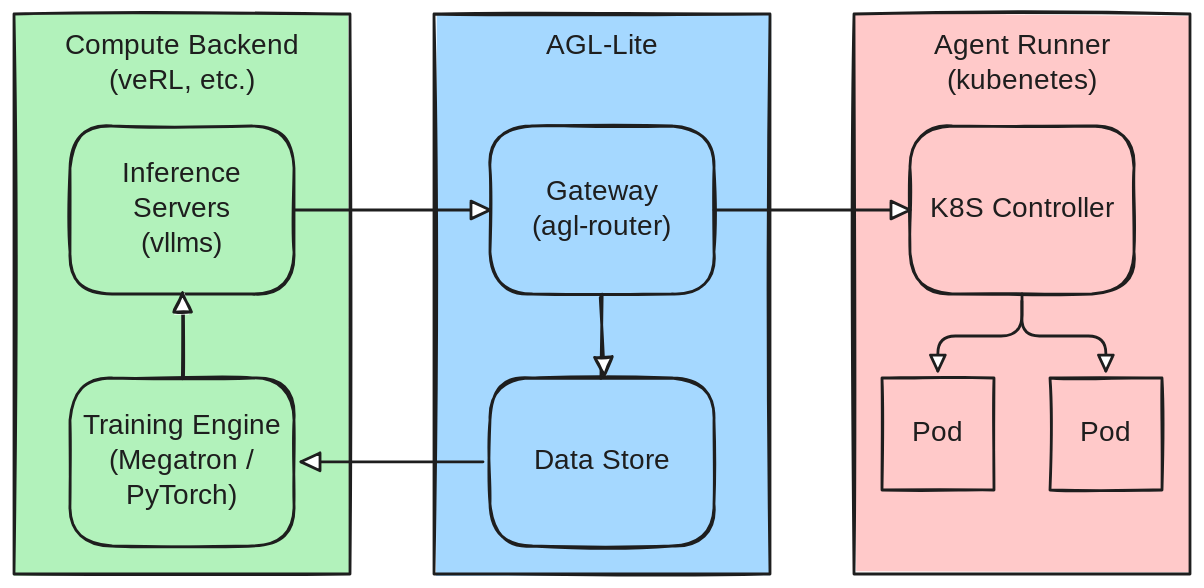
Before: docs/images/lite_arch.excalidraw.svg, a diagram exported from Excalidraw (OhiraShusei/agent-lightning). Source tidied: one line per element, renumbered; positions are measured from the earlier drawing's top-left corner, leaving out a move shared by most shapes. Its diagram source:
```json
{"id": 0, "type": "rectangle", "strokeColor": "#1e1e1e", "backgroundColor": "#b2f2bb", "fillStyle": "solid", "strokeWidth": 2, "roughness": 1, "x": 0, "y": 0, "width": 240, "height": 400}
{"id": 1, "type": "text", "text": "Compute Backend\n(veRL, etc.)", "strokeColor": "#1e1e1e", "backgroundColor": "#b2f2bb", "fillStyle": "solid", "strokeWidth": 2, "roughness": 1, "fontSize": 20, "fontFamily": 5, "textAlign": "center", "x": 35, "y": 11, "width": 170, "height": 50}
{"id": 2, "type": "rectangle", "strokeColor": "#1e1e1e", "backgroundColor": "#b2f2bb", "fillStyle": "solid", "strokeWidth": 2, "roughness": 1, "round": true, "x": 40, "y": 80, "width": 160, "height": 120}
{"id": 3, "type": "text", "text": "Inference\nServers\n(vllms)", "strokeColor": "#1e1e1e", "backgroundColor": "#b2f2bb", "fillStyle": "solid", "strokeWidth": 2, "roughness": 1, "fontSize": 20, "fontFamily": 5, "textAlign": "center", "verticalAlign": "middle", "inside": 2, "x": 74, "y": 102, "width": 92, "height": 75}
{"id": 4, "type": "rectangle", "strokeColor": "#1e1e1e", "backgroundColor": "#b2f2bb", "fillStyle": "solid", "strokeWidth": 2, "roughness": 1, "round": true, "x": 40, "y": 260, "width": 160, "height": 120}
{"id": 5, "type": "text", "text": "Training Engine\n(Megatron /\nPyTorch)", "strokeColor": "#1e1e1e", "backgroundColor": "#b2f2bb", "fillStyle": "solid", "strokeWidth": 2, "roughness": 1, "fontSize": 20, "fontFamily": 5, "textAlign": "center", "verticalAlign": "middle", "inside": 4, "x": 47, "y": 282, "width": 146, "height": 75}
{"id": 6, "type": "arrow", "strokeColor": "#1e1e1e", "backgroundColor": "#b2f2bb", "fillStyle": "solid", "strokeWidth": 2, "roughness": 1, "endArrowhead": "triangle_outline", "round": true, "from": 4, "to": 2, "x": 120, "y": 259, "width": 0, "height": 59, "points": [[0, 0], [0, -59]]}
{"id": 7, "type": "rectangle", "strokeColor": "#1e1e1e", "backgroundColor": "#a5d8ff", "fillStyle": "solid", "strokeWidth": 2, "roughness": 1, "x": 300, "y": 0, "width": 240, "height": 400}
{"id": 8, "type": "text", "text": "AGL-Lite", "strokeColor": "#1e1e1e", "backgroundColor": "#b2f2bb", "fillStyle": "solid", "strokeWidth": 2, "roughness": 1, "fontSize": 20, "fontFamily": 5, "textAlign": "center", "x": 377, "y": 11, "width": 86, "height": 25}
{"id": 9, "type": "rectangle", "strokeColor": "#1e1e1e", "backgroundColor": "#a5d8ff", "fillStyle": "solid", "strokeWidth": 2, "roughness": 1, "round": true, "x": 340, "y": 80, "width": 160, "height": 120}
{"id": 10, "type": "text", "text": "Gateway\n(agl-router)", "strokeColor": "#1e1e1e", "backgroundColor": "#b2f2bb", "fillStyle": "solid", "strokeWidth": 2, "roughness": 1, "fontSize": 20, "fontFamily": 5, "textAlign": "center", "verticalAlign": "middle", "inside": 9, "x": 363, "y": 115, "width": 113, "height": 50}
{"id": 11, "type": "rectangle", "strokeColor": "#1e1e1e", "backgroundColor": "#a5d8ff", "fillStyle": "solid", "strokeWidth": 2, "roughness": 1, "round": true, "x": 340, "y": 260, "width": 160, "height": 120}
{"id": 12, "type": "text", "text": "Data Store", "strokeColor": "#1e1e1e", "backgroundColor": "#b2f2bb", "fillStyle": "solid", "strokeWidth": 2, "roughness": 1, "fontSize": 20, "fontFamily": 5, "textAlign": "center", "verticalAlign": "middle", "inside": 11, "x": 364, "y": 308, "width": 112, "height": 25}
{"id": 13, "type": "arrow", "strokeColor": "#1e1e1e", "backgroundColor": "#a5d8ff", "fillStyle": "solid", "strokeWidth": 2, "roughness": 1, "endArrowhead": "triangle_outline", "round": true, "from": 9, "to": 11, "x": 420, "y": 201, "width": 0, "height": 59, "points": [[0, 0], [0, 59]]}
{"id": 14, "type": "arrow", "strokeColor": "#1e1e1e", "backgroundColor": "#a5d8ff", "fillStyle": "solid", "strokeWidth": 2, "roughness": 0, "endArrowhead": "triangle_outline", "from": 2, "to": 9, "x": 200, "y": 140, "width": 140, "height": 0, "points": [[0, 0], [140, 0]]}
{"id": 15, "type": "rectangle", "strokeColor": "#1e1e1e", "backgroundColor": "#ffc9c9", "fillStyle": "solid", "strokeWidth": 2, "roughness": 1, "x": 600, "y": 0, "width": 240, "height": 400}
{"id": 16, "type": "text", "text": "Agent Runner\n(kubenetes)", "strokeColor": "#1e1e1e", "backgroundColor": "#b2f2bb", "fillStyle": "solid", "strokeWidth": 2, "roughness": 1, "fontSize": 20, "fontFamily": 5, "textAlign": "center", "x": 655, "y": 11, "width": 131, "height": 50}
{"id": 17, "type": "rectangle", "strokeColor": "#1e1e1e", "backgroundColor": "#ffc9c9", "fillStyle": "solid", "strokeWidth": 2, "roughness": 1, "round": true, "x": 640, "y": 80, "width": 160, "height": 120}
{"id": 18, "type": "text", "text": "K8S Controller", "strokeColor": "#1e1e1e", "backgroundColor": "#b2f2bb", "fillStyle": "solid", "strokeWidth": 2, "roughness": 1, "fontSize": 20, "fontFamily": 5, "textAlign": "center", "verticalAlign": "middle", "inside": 17, "x": 650, "y": 128, "width": 140, "height": 25}
{"id": 19, "type": "rectangle", "strokeColor": "#1e1e1e", "backgroundColor": "#ffc9c9", "fillStyle": "solid", "strokeWidth": 2, "roughness": 1, "x": 620, "y": 260, "width": 80, "height": 80}
{"id": 20, "type": "text", "text": "Pod", "strokeColor": "#1e1e1e", "backgroundColor": "#b2f2bb", "fillStyle": "solid", "strokeWidth": 2, "roughness": 1, "fontSize": 20, "fontFamily": 5, "textAlign": "center", "verticalAlign": "middle", "inside": 19, "x": 641, "y": 288, "width": 37, "height": 25}
{"id": 21, "type": "rectangle", "strokeColor": "#1e1e1e", "backgroundColor": "#ffc9c9", "fillStyle": "solid", "strokeWidth": 2, "roughness": 1, "x": 740, "y": 260, "width": 80, "height": 80}
{"id": 22, "type": "text", "text": "Pod", "strokeColor": "#1e1e1e", "backgroundColor": "#b2f2bb", "fillStyle": "solid", "strokeWidth": 2, "roughness": 1, "fontSize": 20, "fontFamily": 5, "textAlign": "center", "verticalAlign": "middle", "inside": 21, "x": 761, "y": 288, "width": 37, "height": 25}
{"id": 23, "type": "arrow", "strokeColor": "#1e1e1e", "backgroundColor": "#ffc9c9", "fillStyle": "solid", "strokeWidth": 2, "roughness": 0, "endArrowhead": "triangle_outline", "from": 9, "to": 17, "x": 500, "y": 140, "width": 140, "height": 0, "points": [[0, 0], [140, 0]]}
{"id": 24, "type": "arrow", "strokeColor": "#1e1e1e", "backgroundColor": "#ffc9c9", "fillStyle": "solid", "strokeWidth": 2, "roughness": 0, "endArrowhead": "triangle_outline", "from": 17, "to": 19, "x": 720, "y": 200, "width": 60, "height": 55, "points": [[0, 0], [0, 30], [-60, 30], [-60, 55]]}
{"id": 25, "type": "arrow", "strokeColor": "#1e1e1e", "backgroundColor": "#ffc9c9", "fillStyle": "solid", "strokeWidth": 2, "roughness": 0, "endArrowhead": "triangle_outline", "from": 17, "to": 21, "x": 720, "y": 205, "width": 60, "height": 50, "points": [[0, 0], [0, 25], [60, 25], [60, 50]]}
{"id": 26, "type": "arrow", "strokeColor": "#1e1e1e", "backgroundColor": "#ffc9c9", "fillStyle": "solid", "strokeWidth": 2, "roughness": 0, "endArrowhead": "triangle_outline", "from": 11, "to": 4, "x": 335, "y": 320, "width": 130, "height": 0, "points": [[0, 0], [-130, 0]]}
```
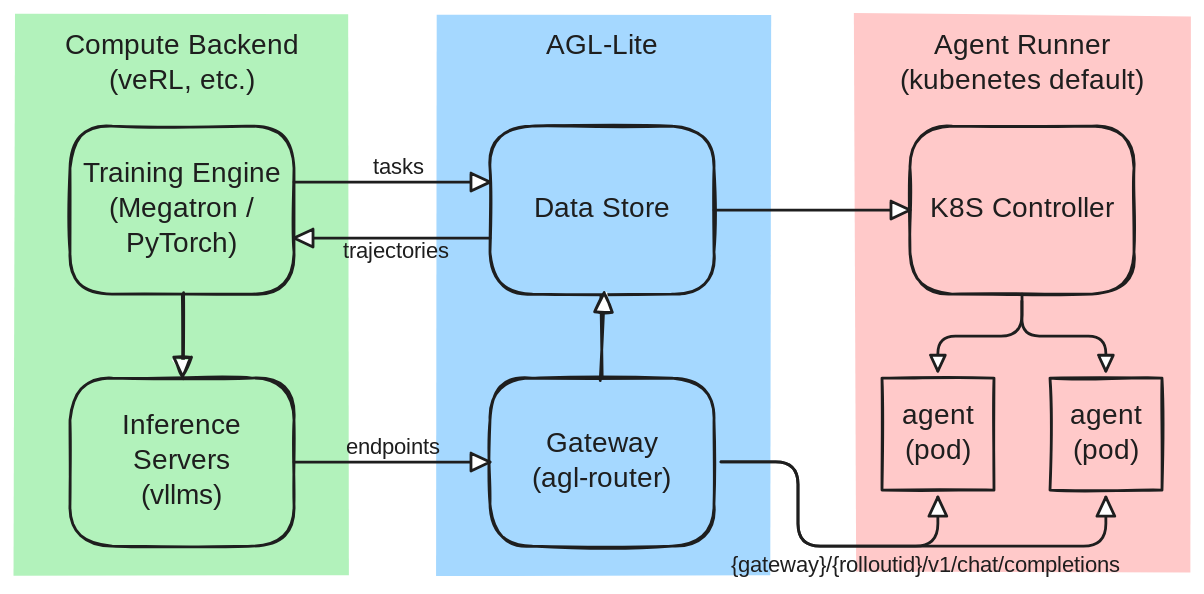
After the change.

Diff of the diagram source:
```diff
@@ -1,27 +1,34 @@
-{"id": 0, "type": "rectangle", "strokeColor": "#1e1e1e", "backgroundColor": "#b2f2bb", "fillStyle": "solid", "strokeWidth": 2, "roughness": 1, "x": 0, "y": 0, "width": 240, "height": 400}
+{"id": 0, "type": "rectangle", "strokeColor": "transparent", "backgroundColor": "#b2f2bb", "fillStyle": "solid", "strokeWidth": 2, "roughness": 1, "x": 0, "y": 0, "width": 240, "height": 400}
 {"id": 1, "type": "text", "text": "Compute Backend\n(veRL, etc.)", "strokeColor": "#1e1e1e", "backgroundColor": "#b2f2bb", "fillStyle": "solid", "strokeWidth": 2, "roughness": 1, "fontSize": 20, "fontFamily": 5, "textAlign": "center", "x": 35, "y": 11, "width": 170, "height": 50}
 {"id": 2, "type": "rectangle", "strokeColor": "#1e1e1e", "backgroundColor": "#b2f2bb", "fillStyle": "solid", "strokeWidth": 2, "roughness": 1, "round": true, "x": 40, "y": 80, "width": 160, "height": 120}
+{"id": 5, "type": "text", "text": "Training Engine\n(Megatron /\nPyTorch)", "strokeColor": "#1e1e1e", "backgroundColor": "#ffc9c9", "fillStyle": "solid", "strokeWidth": 2, "roughness": 0, "fontSize": 20, "fontFamily": 5, "textAlign": "center", "verticalAlign": "middle", "inside": 2, "x": 47, "y": 102, "width": 146, "height": 75}
+{"id": 4, "type": "rectangle", "strokeColor": "#1e1e1e", "backgroundColor": "#b2f2bb", "fillStyle": "solid", "strokeWidth": 2, "roughness": 1, "round": true, "x": 40, "y": 260, "width": 160, "height": 120}
-{"id": 3, "type": "text", "text": "Inference\nServers\n(vllms)", "strokeColor": "#1e1e1e", "backgroundColor": "#b2f2bb", "fillStyle": "solid", "strokeWidth": 2, "roughness": 1, "fontSize": 20, "fontFamily": 5, "textAlign": "center", "verticalAlign": "middle", "inside": 2, "x": 74, "y": 102, "width": 92, "height": 75}
+{"id": 3, "type": "text", "text": "Inference\nServers\n(vllms)", "strokeColor": "#1e1e1e", "backgroundColor": "#ffc9c9", "fillStyle": "solid", "strokeWidth": 2, "roughness": 0, "fontSize": 20, "fontFamily": 5, "textAlign": "center", "verticalAlign": "middle", "inside": 4, "x": 74, "y": 282, "width": 92, "height": 75}
-{"id": 4, "type": "rectangle", "strokeColor": "#1e1e1e", "backgroundColor": "#b2f2bb", "fillStyle": "solid", "strokeWidth": 2, "roughness": 1, "round": true, "x": 40, "y": 260, "width": 160, "height": 120}
-{"id": 5, "type": "text", "text": "Training Engine\n(Megatron /\nPyTorch)", "strokeColor": "#1e1e1e", "backgroundColor": "#b2f2bb", "fillStyle": "solid", "strokeWidth": 2, "roughness": 1, "fontSize": 20, "fontFamily": 5, "textAlign": "center", "verticalAlign": "middle", "inside": 4, "x": 47, "y": 282, "width": 146, "height": 75}
-{"id": 6, "type": "arrow", "strokeColor": "#1e1e1e", "backgroundColor": "#b2f2bb", "fillStyle": "solid", "strokeWidth": 2, "roughness": 1, "endArrowhead": "triangle_outline", "round": true, "from": 4, "to": 2, "x": 120, "y": 259, "width": 0, "height": 59, "points": [[0, 0], [0, -59]]}
+{"id": 6, "type": "arrow", "strokeColor": "#1e1e1e", "backgroundColor": "#b2f2bb", "fillStyle": "solid", "strokeWidth": 2, "roughness": 1, "endArrowhead": "triangle_outline", "round": true, "from": 2, "to": 4, "x": 120, "y": 200, "width": 0, "height": 60, "points": [[0, 0], [0, 60]]}
-{"id": 7, "type": "rectangle", "strokeColor": "#1e1e1e", "backgroundColor": "#a5d8ff", "fillStyle": "solid", "strokeWidth": 2, "roughness": 1, "x": 300, "y": 0, "width": 240, "height": 400}
+{"id": 7, "type": "rectangle", "strokeColor": "transparent", "backgroundColor": "#a5d8ff", "fillStyle": "solid", "strokeWidth": 2, "roughness": 1, "x": 300, "y": 0, "width": 240, "height": 400}
 {"id": 8, "type": "text", "text": "AGL-Lite", "strokeColor": "#1e1e1e", "backgroundColor": "#b2f2bb", "fillStyle": "solid", "strokeWidth": 2, "roughness": 1, "fontSize": 20, "fontFamily": 5, "textAlign": "center", "x": 377, "y": 11, "width": 86, "height": 25}
 {"id": 9, "type": "rectangle", "strokeColor": "#1e1e1e", "backgroundColor": "#a5d8ff", "fillStyle": "solid", "strokeWidth": 2, "roughness": 1, "round": true, "x": 340, "y": 80, "width": 160, "height": 120}
-{"id": 10, "type": "text", "text": "Gateway\n(agl-router)", "strokeColor": "#1e1e1e", "backgroundColor": "#b2f2bb", "fillStyle": "solid", "strokeWidth": 2, "roughness": 1, "fontSize": 20, "fontFamily": 5, "textAlign": "center", "verticalAlign": "middle", "inside": 9, "x": 363, "y": 115, "width": 113, "height": 50}
+{"id": 10, "type": "text", "text": "Data Store", "strokeColor": "#1e1e1e", "backgroundColor": "#b2f2bb", "fillStyle": "solid", "strokeWidth": 2, "roughness": 1, "fontSize": 20, "fontFamily": 5, "textAlign": "center", "verticalAlign": "middle", "inside": 9, "x": 364, "y": 128, "width": 112, "height": 25}
 {"id": 11, "type": "rectangle", "strokeColor": "#1e1e1e", "backgroundColor": "#a5d8ff", "fillStyle": "solid", "strokeWidth": 2, "roughness": 1, "round": true, "x": 340, "y": 260, "width": 160, "height": 120}
-{"id": 12, "type": "text", "text": "Data Store", "strokeColor": "#1e1e1e", "backgroundColor": "#b2f2bb", "fillStyle": "solid", "strokeWidth": 2, "roughness": 1, "fontSize": 20, "fontFamily": 5, "textAlign": "center", "verticalAlign": "middle", "inside": 11, "x": 364, "y": 308, "width": 112, "height": 25}
+{"id": 12, "type": "text", "text": "Gateway\n(agl-router)", "strokeColor": "#1e1e1e", "backgroundColor": "#b2f2bb", "fillStyle": "solid", "strokeWidth": 2, "roughness": 1, "fontSize": 20, "fontFamily": 5, "textAlign": "center", "verticalAlign": "middle", "inside": 11, "x": 363, "y": 295, "width": 113, "height": 50}
-{"id": 13, "type": "arrow", "strokeColor": "#1e1e1e", "backgroundColor": "#a5d8ff", "fillStyle": "solid", "strokeWidth": 2, "roughness": 1, "endArrowhead": "triangle_outline", "round": true, "from": 9, "to": 11, "x": 420, "y": 201, "width": 0, "height": 59, "points": [[0, 0], [0, 59]]}
+{"id": 13, "type": "arrow", "strokeColor": "#1e1e1e", "backgroundColor": "#a5d8ff", "fillStyle": "solid", "strokeWidth": 2, "roughness": 1, "endArrowhead": "triangle_outline", "round": true, "from": 11, "to": 9, "x": 420, "y": 260, "width": 0, "height": 60, "points": [[0, 0], [0, -60]]}
-{"id": 14, "type": "arrow", "strokeColor": "#1e1e1e", "backgroundColor": "#a5d8ff", "fillStyle": "solid", "strokeWidth": 2, "roughness": 0, "endArrowhead": "triangle_outline", "from": 2, "to": 9, "x": 200, "y": 140, "width": 140, "height": 0, "points": [[0, 0], [140, 0]]}
+{"id": 14, "type": "arrow", "strokeColor": "#1e1e1e", "backgroundColor": "#a5d8ff", "fillStyle": "solid", "strokeWidth": 2, "roughness": 0, "endArrowhead": "triangle_outline", "from": 2, "to": 9, "x": 200, "y": 120, "width": 140, "height": 0, "points": [[0, 0], [140, 0]]}
-{"id": 15, "type": "rectangle", "strokeColor": "#1e1e1e", "backgroundColor": "#ffc9c9", "fillStyle": "solid", "strokeWidth": 2, "roughness": 1, "x": 600, "y": 0, "width": 240, "height": 400}
+{"id": 15, "type": "rectangle", "strokeColor": "transparent", "backgroundColor": "#ffc9c9", "fillStyle": "solid", "strokeWidth": 2, "roughness": 1, "x": 600, "y": 0, "width": 240, "height": 400}
-{"id": 16, "type": "text", "text": "Agent Runner\n(kubenetes)", "strokeColor": "#1e1e1e", "backgroundColor": "#b2f2bb", "fillStyle": "solid", "strokeWidth": 2, "roughness": 1, "fontSize": 20, "fontFamily": 5, "textAlign": "center", "x": 655, "y": 11, "width": 131, "height": 50}
+{"id": 16, "type": "text", "text": "Agent Runner\n(kubenetes default)", "strokeColor": "#1e1e1e", "backgroundColor": "#b2f2bb", "fillStyle": "solid", "strokeWidth": 2, "roughness": 1, "fontSize": 20, "fontFamily": 5, "textAlign": "center", "x": 623, "y": 11, "width": 193, "height": 50}
 {"id": 17, "type": "rectangle", "strokeColor": "#1e1e1e", "backgroundColor": "#ffc9c9", "fillStyle": "solid", "strokeWidth": 2, "roughness": 1, "round": true, "x": 640, "y": 80, "width": 160, "height": 120}
 {"id": 18, "type": "text", "text": "K8S Controller", "strokeColor": "#1e1e1e", "backgroundColor": "#b2f2bb", "fillStyle": "solid", "strokeWidth": 2, "roughness": 1, "fontSize": 20, "fontFamily": 5, "textAlign": "center", "verticalAlign": "middle", "inside": 17, "x": 650, "y": 128, "width": 140, "height": 25}
 {"id": 19, "type": "rectangle", "strokeColor": "#1e1e1e", "backgroundColor": "#ffc9c9", "fillStyle": "solid", "strokeWidth": 2, "roughness": 1, "x": 620, "y": 260, "width": 80, "height": 80}
-{"id": 20, "type": "text", "text": "Pod", "strokeColor": "#1e1e1e", "backgroundColor": "#b2f2bb", "fillStyle": "solid", "strokeWidth": 2, "roughness": 1, "fontSize": 20, "fontFamily": 5, "textAlign": "center", "verticalAlign": "middle", "inside": 19, "x": 641, "y": 288, "width": 37, "height": 25}
+{"id": 20, "type": "text", "text": "agent\n(pod)", "strokeColor": "#1e1e1e", "backgroundColor": "#b2f2bb", "fillStyle": "solid", "strokeWidth": 2, "roughness": 1, "fontSize": 20, "fontFamily": 5, "textAlign": "center", "verticalAlign": "middle", "inside": 19, "x": 633, "y": 275, "width": 55, "height": 50}
 {"id": 21, "type": "rectangle", "strokeColor": "#1e1e1e", "backgroundColor": "#ffc9c9", "fillStyle": "solid", "strokeWidth": 2, "roughness": 1, "x": 740, "y": 260, "width": 80, "height": 80}
-{"id": 22, "type": "text", "text": "Pod", "strokeColor": "#1e1e1e", "backgroundColor": "#b2f2bb", "fillStyle": "solid", "strokeWidth": 2, "roughness": 1, "fontSize": 20, "fontFamily": 5, "textAlign": "center", "verticalAlign": "middle", "inside": 21, "x": 761, "y": 288, "width": 37, "height": 25}
+{"id": 22, "type": "text", "text": "agent\n(pod)", "strokeColor": "#1e1e1e", "backgroundColor": "#b2f2bb", "fillStyle": "solid", "strokeWidth": 2, "roughness": 1, "fontSize": 20, "fontFamily": 5, "textAlign": "center", "verticalAlign": "middle", "inside": 21, "x": 753, "y": 275, "width": 55, "height": 50}
 {"id": 23, "type": "arrow", "strokeColor": "#1e1e1e", "backgroundColor": "#ffc9c9", "fillStyle": "solid", "strokeWidth": 2, "roughness": 0, "endArrowhead": "triangle_outline", "from": 9, "to": 17, "x": 500, "y": 140, "width": 140, "height": 0, "points": [[0, 0], [140, 0]]}
 {"id": 24, "type": "arrow", "strokeColor": "#1e1e1e", "backgroundColor": "#ffc9c9", "fillStyle": "solid", "strokeWidth": 2, "roughness": 0, "endArrowhead": "triangle_outline", "from": 17, "to": 19, "x": 720, "y": 200, "width": 60, "height": 55, "points": [[0, 0], [0, 30], [-60, 30], [-60, 55]]}
 {"id": 25, "type": "arrow", "strokeColor": "#1e1e1e", "backgroundColor": "#ffc9c9", "fillStyle": "solid", "strokeWidth": 2, "roughness": 0, "endArrowhead": "triangle_outline", "from": 17, "to": 21, "x": 720, "y": 205, "width": 60, "height": 50, "points": [[0, 0], [0, 25], [60, 25], [60, 50]]}
-{"id": 26, "type": "arrow", "strokeColor": "#1e1e1e", "backgroundColor": "#ffc9c9", "fillStyle": "solid", "strokeWidth": 2, "roughness": 0, "endArrowhead": "triangle_outline", "from": 11, "to": 4, "x": 335, "y": 320, "width": 130, "height": 0, "points": [[0, 0], [-130, 0]]}
+{"id": 26, "type": "arrow", "strokeColor": "#1e1e1e", "backgroundColor": "#ffc9c9", "fillStyle": "solid", "strokeWidth": 2, "roughness": 0, "endArrowhead": "triangle_outline", "from": 4, "to": 11, "x": 200, "y": 320, "width": 140, "height": 0, "points": [[0, 0], [140, 0]]}
+{"id": 27, "type": "text", "text": "tasks", "strokeColor": "#1e1e1e", "backgroundColor": "#ffc9c9", "fillStyle": "solid", "strokeWidth": 2, "roughness": 0, "fontSize": 16, "fontFamily": 5, "textAlign": "center", "x": 253, "y": 100, "width": 44, "height": 20}
+{"id": 28, "type": "text", "text": "trajectories", "strokeColor": "#1e1e1e", "backgroundColor": "#ffc9c9", "fillStyle": "solid", "strokeWidth": 2, "roughness": 0, "fontSize": 16, "fontFamily": 5, "textAlign": "center", "x": 227, "y": 160, "width": 92, "height": 20}
+{"id": 29, "type": "arrow", "strokeColor": "#1e1e1e", "backgroundColor": "#ffc9c9", "fillStyle": "solid", "strokeWidth": 2, "roughness": 0, "endArrowhead": "triangle_outline", "from": 9, "to": 2, "x": 340, "y": 160, "width": 140, "height": 0, "points": [[0, 0], [-140, 0]]}
+{"id": 30, "type": "arrow", "strokeColor": "#1e1e1e", "backgroundColor": "#ffc9c9", "fillStyle": "solid", "strokeWidth": 2, "roughness": 0, "endArrowhead": "triangle_outline", "from": 11, "to": 19, "x": 505, "y": 320, "width": 155, "height": 60, "points": [[0, 0], [55, 0], [55, 60], [155, 60], [155, 25]]}
+{"id": 31, "type": "arrow", "strokeColor": "#1e1e1e", "backgroundColor": "#ffc9c9", "fillStyle": "solid", "strokeWidth": 2, "roughness": 0, "endArrowhead": "triangle_outline", "from": 11, "to": 21, "x": 505, "y": 320, "width": 275, "height": 60, "points": [[0, 0], [55, 0], [55, 60], [275, 60], [275, 25]]}
+{"id": 32, "type": "text", "text": "endpoints", "strokeColor": "#1e1e1e", "backgroundColor": "#ffc9c9", "fillStyle": "solid", "strokeWidth": 2, "roughness": 0, "fontSize": 16, "fontFamily": 5, "textAlign": "center", "x": 233, "y": 300, "width": 75, "height": 20}
+{"id": 33, "type": "text", "text": "{gateway}/{rolloutid}/v1/chat/completions", "strokeColor": "#1e1e1e", "backgroundColor": "#ffc9c9", "fillStyle": "solid", "strokeWidth": 2, "roughness": 0, "fontSize": 16, "fontFamily": 5, "textAlign": "center", "x": 483, "y": 384, "width": 335, "height": 20}
```
